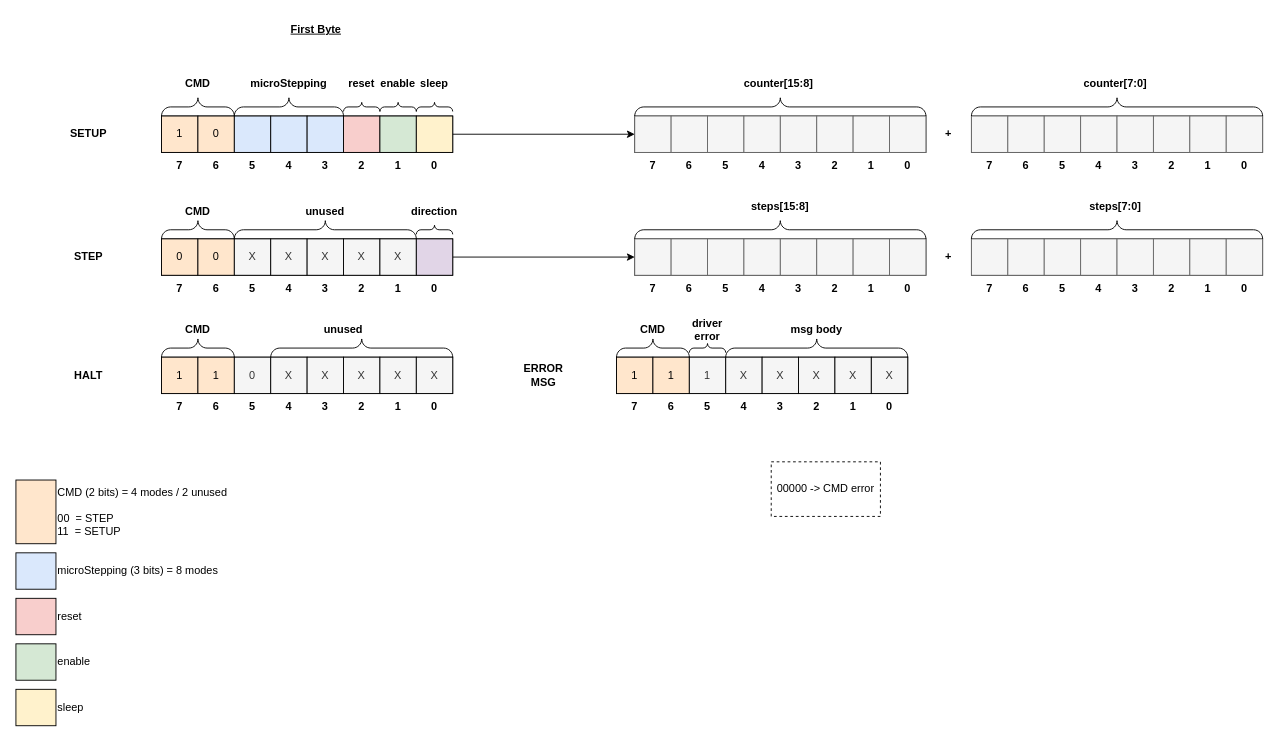
The draw.io diagram page "messages" (2 of 7) of design/block_diagram.drawio in Wauro21/SMC, before the edit. Source tidied: cells renumbered, new cells numbered last; positions are measured from the earlier drawing's top-left corner, leaving out a move shared by most shapes. Both pictures are drawn from the tidied source at 91%, with x=0, y=0 at pixel (15, 15).
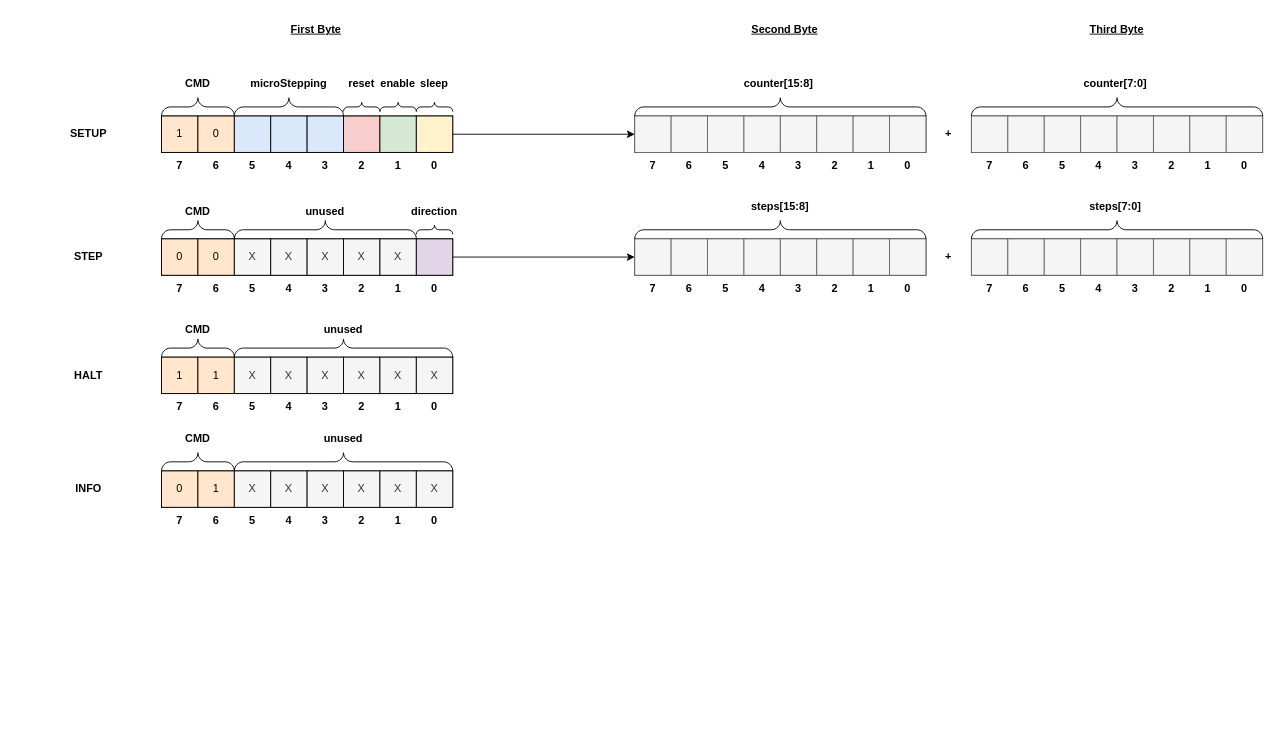
The same diagram, later.

What changed in the source:
```diff
@@
-    <mxCell id="19" style="group;" parent="1" vertex="1">
-      <mxGeometry y="510" width="234" height="70" as="geometry" />
-    </mxCell>
-    <mxCell id="20" value="CMD (2 bits) = 4 modes / 2 unused&lt;br&gt;&lt;br&gt;00&amp;nbsp; = STEP&lt;br&gt;11&amp;nbsp; = SETUP" style="text;html=1;strokeColor=none;fillColor=none;align=left;verticalAlign=top;whiteSpace=wrap;rounded=0;" parent="19" vertex="1">
-      <mxGeometry x="44" width="194" height="65" as="geometry" />
-    </mxCell>
-    <mxCell id="21" style="rounded=0;whiteSpace=wrap;html=1;strokeColor=#000000;fillColor=#ffe6cc;" parent="19" vertex="1">
-      <mxGeometry width="44" height="70" as="geometry" />
-    </mxCell>
@@
-    <mxCell id="26" style="group;verticalAlign=middle;" parent="1" vertex="1">
-      <mxGeometry y="590" width="234" height="40" as="geometry" />
-    </mxCell>
-    <mxCell id="27" value="microStepping (3 bits) = 8 modes" style="text;html=1;strokeColor=none;fillColor=none;align=left;verticalAlign=middle;whiteSpace=wrap;rounded=0;" parent="26" vertex="1">
-      <mxGeometry x="44" width="194" height="40" as="geometry" />
-    </mxCell>
-    <mxCell id="28" style="rounded=0;whiteSpace=wrap;html=1;strokeColor=#000000;fillColor=#dae8fc;" parent="26" vertex="1">
-      <mxGeometry width="44" height="40" as="geometry" />
-    </mxCell>
-    <mxCell id="29" style="group;verticalAlign=middle;" parent="1" vertex="1">
-      <mxGeometry y="640" width="234" height="40" as="geometry" />
-    </mxCell>
-    <mxCell id="30" value="reset" style="text;html=1;strokeColor=none;fillColor=none;align=left;verticalAlign=middle;whiteSpace=wrap;rounded=0;" parent="29" vertex="1">
-      <mxGeometry x="44" width="194" height="40" as="geometry" />
-    </mxCell>
-    <mxCell id="31" style="rounded=0;whiteSpace=wrap;html=1;strokeColor=#000000;fillColor=#f8cecc;" parent="29" vertex="1">
-      <mxGeometry width="44" height="40" as="geometry" />
-    </mxCell>
@@
-    <mxCell id="38" style="group;verticalAlign=middle;" parent="1" vertex="1">
-      <mxGeometry y="690" width="234" height="40" as="geometry" />
-    </mxCell>
-    <mxCell id="39" value="enable" style="text;html=1;strokeColor=none;fillColor=none;align=left;verticalAlign=middle;whiteSpace=wrap;rounded=0;" parent="38" vertex="1">
-      <mxGeometry x="44" width="194" height="40" as="geometry" />
-    </mxCell>
-    <mxCell id="40" style="rounded=0;whiteSpace=wrap;html=1;strokeColor=#000000;fillColor=#d5e8d4;" parent="38" vertex="1">
-      <mxGeometry width="44" height="40" as="geometry" />
-    </mxCell>
-    <mxCell id="41" style="group;verticalAlign=middle;" parent="1" vertex="1">
-      <mxGeometry y="740" width="234" height="40" as="geometry" />
-    </mxCell>
-    <mxCell id="42" value="sleep" style="text;html=1;strokeColor=none;fillColor=none;align=left;verticalAlign=middle;whiteSpace=wrap;rounded=0;" parent="41" vertex="1">
-      <mxGeometry x="44" width="194" height="40" as="geometry" />
-    </mxCell>
-    <mxCell id="43" style="rounded=0;whiteSpace=wrap;html=1;strokeColor=#000000;fillColor=#fff2cc;" parent="41" vertex="1">
-      <mxGeometry width="44" height="40" as="geometry" />
-    </mxCell>
@@
-    <mxCell id="161" value="0" style="whiteSpace=wrap;html=1;fillColor=#f5f5f5;fontColor=#333333;strokeColor=#000000;" parent="1" vertex="1">
+    <mxCell id="161" value="X" style="whiteSpace=wrap;html=1;fillColor=#f5f5f5;fontColor=#333333;strokeColor=#000000;" parent="1" vertex="1">
       <mxGeometry x="240" y="375" width="40" height="40" as="geometry" />
     </mxCell>
@@
     <mxCell id="169" style="labelPosition=right;align=left;strokeWidth=1;shape=mxgraph.mockup.markup.curlyBrace;html=1;shadow=0;dashed=0;strokeColor=#000000;direction=east;" parent="1" vertex="1">
-      <mxGeometry x="280" y="355" width="200" height="20" as="geometry" />
+      <mxGeometry x="240" y="355" width="240" height="20" as="geometry" />
     </mxCell>
@@
-    <mxCell id="172" style="rounded=0;whiteSpace=wrap;html=1;fontStyle=1;" parent="1" vertex="1">
-      <mxGeometry x="660" y="375" width="320" height="40" as="geometry" />
-    </mxCell>
+    <mxCell id="197" value="&lt;b&gt;&lt;u&gt;Second Byte&lt;/u&gt;&lt;/b&gt;" style="text;html=1;strokeColor=none;fillColor=none;align=center;verticalAlign=middle;whiteSpace=wrap;rounded=0;" parent="1" vertex="1">
+      <mxGeometry x="800" width="90" height="30" as="geometry" />
+    </mxCell>
+    <mxCell id="198" value="&lt;b&gt;&lt;u&gt;Third Byte&lt;/u&gt;&lt;/b&gt;" style="text;html=1;strokeColor=none;fillColor=none;align=center;verticalAlign=middle;whiteSpace=wrap;rounded=0;" parent="1" vertex="1">
+      <mxGeometry x="1170" width="80" height="30" as="geometry" />
+    </mxCell>
+    <mxCell id="199" style="rounded=0;whiteSpace=wrap;html=1;fontStyle=1;" parent="1" vertex="1">
+      <mxGeometry x="160" y="500" width="320" height="40" as="geometry" />
+    </mxCell>
     <mxCell id="173" value="0" style="text;html=1;strokeColor=none;fillColor=none;align=center;verticalAlign=middle;whiteSpace=wrap;rounded=0;fontStyle=1;" parent="1" vertex="1">
-      <mxGeometry x="940" y="415" width="40" height="30" as="geometry" />
+      <mxGeometry x="440" y="540" width="40" height="30" as="geometry" />
     </mxCell>
     <mxCell id="174" value="1" style="text;html=1;strokeColor=none;fillColor=none;align=center;verticalAlign=middle;whiteSpace=wrap;rounded=0;fontStyle=1;" parent="1" vertex="1">
-      <mxGeometry x="900" y="415" width="40" height="30" as="geometry" />
+      <mxGeometry x="400" y="540" width="40" height="30" as="geometry" />
     </mxCell>
     <mxCell id="175" value="2" style="text;html=1;strokeColor=none;fillColor=none;align=center;verticalAlign=middle;whiteSpace=wrap;rounded=0;fontStyle=1;" parent="1" vertex="1">
-      <mxGeometry x="860" y="415" width="40" height="30" as="geometry" />
+      <mxGeometry x="360" y="540" width="40" height="30" as="geometry" />
     </mxCell>
     <mxCell id="176" value="3" style="text;html=1;strokeColor=none;fillColor=none;align=center;verticalAlign=middle;whiteSpace=wrap;rounded=0;fontStyle=1;" parent="1" vertex="1">
-      <mxGeometry x="820" y="415" width="40" height="30" as="geometry" />
+      <mxGeometry x="320" y="540" width="40" height="30" as="geometry" />
     </mxCell>
     <mxCell id="177" value="4" style="text;html=1;strokeColor=none;fillColor=none;align=center;verticalAlign=middle;whiteSpace=wrap;rounded=0;fontStyle=1;" parent="1" vertex="1">
-      <mxGeometry x="780" y="415" width="40" height="30" as="geometry" />
+      <mxGeometry x="280" y="540" width="40" height="30" as="geometry" />
     </mxCell>
     <mxCell id="178" value="5" style="text;html=1;strokeColor=none;fillColor=none;align=center;verticalAlign=middle;whiteSpace=wrap;rounded=0;fontStyle=1;" parent="1" vertex="1">
-      <mxGeometry x="740" y="415" width="40" height="30" as="geometry" />
+      <mxGeometry x="240" y="540" width="40" height="30" as="geometry" />
     </mxCell>
     <mxCell id="179" value="6" style="text;html=1;strokeColor=none;fillColor=none;align=center;verticalAlign=middle;whiteSpace=wrap;rounded=0;fontStyle=1;" parent="1" vertex="1">
-      <mxGeometry x="700" y="415" width="40" height="30" as="geometry" />
+      <mxGeometry x="200" y="540" width="40" height="30" as="geometry" />
     </mxCell>
     <mxCell id="180" value="7" style="text;html=1;strokeColor=none;fillColor=none;align=center;verticalAlign=middle;whiteSpace=wrap;rounded=0;fontStyle=1;" parent="1" vertex="1">
-      <mxGeometry x="660" y="415" width="40" height="30" as="geometry" />
+      <mxGeometry x="160" y="540" width="40" height="30" as="geometry" />
     </mxCell>
-    <mxCell id="181" value="1" style="whiteSpace=wrap;html=1;fillColor=#ffe6cc;strokeColor=#000000;" parent="1" vertex="1">
-      <mxGeometry x="660" y="375" width="40" height="40" as="geometry" />
-    </mxCell>
-    <mxCell id="182" value="1" style="whiteSpace=wrap;html=1;fillColor=#ffe6cc;strokeColor=#000000;" parent="1" vertex="1">
-      <mxGeometry x="700" y="375" width="40" height="40" as="geometry" />
-    </mxCell>
-    <mxCell id="183" value="1" style="whiteSpace=wrap;html=1;fillColor=#f5f5f5;fontColor=#333333;strokeColor=#000000;" parent="1" vertex="1">
-      <mxGeometry x="740" y="375" width="40" height="40" as="geometry" />
-    </mxCell>
-    <mxCell id="184" value="X" style="whiteSpace=wrap;html=1;fillColor=#f5f5f5;fontColor=#333333;strokeColor=#000000;" parent="1" vertex="1">
-      <mxGeometry x="780" y="375" width="40" height="40" as="geometry" />
-    </mxCell>
-    <mxCell id="185" value="X" style="whiteSpace=wrap;html=1;fillColor=#f5f5f5;fontColor=#333333;strokeColor=#000000;" parent="1" vertex="1">
-      <mxGeometry x="820" y="375" width="40" height="40" as="geometry" />
-    </mxCell>
-    <mxCell id="186" value="X" style="whiteSpace=wrap;html=1;fillColor=#f5f5f5;fontColor=#333333;strokeColor=#000000;" parent="1" vertex="1">
-      <mxGeometry x="860" y="375" width="40" height="40" as="geometry" />
-    </mxCell>
-    <mxCell id="187" value="X" style="whiteSpace=wrap;html=1;fillColor=#f5f5f5;fontColor=#333333;strokeColor=#000000;" parent="1" vertex="1">
-      <mxGeometry x="900" y="375" width="40" height="40" as="geometry" />
-    </mxCell>
+    <mxCell id="200" value="0" style="whiteSpace=wrap;html=1;fillColor=#ffe6cc;strokeColor=#000000;" parent="1" vertex="1">
+      <mxGeometry x="160" y="500" width="40" height="40" as="geometry" />
+    </mxCell>
+    <mxCell id="201" value="1" style="whiteSpace=wrap;html=1;fillColor=#ffe6cc;strokeColor=#000000;" parent="1" vertex="1">
+      <mxGeometry x="200" y="500" width="40" height="40" as="geometry" />
+    </mxCell>
+    <mxCell id="202" value="X" style="whiteSpace=wrap;html=1;fillColor=#f5f5f5;fontColor=#333333;strokeColor=#000000;" parent="1" vertex="1">
+      <mxGeometry x="240" y="500" width="40" height="40" as="geometry" />
+    </mxCell>
+    <mxCell id="203" value="X" style="whiteSpace=wrap;html=1;fillColor=#f5f5f5;fontColor=#333333;strokeColor=#000000;" parent="1" vertex="1">
+      <mxGeometry x="280" y="500" width="40" height="40" as="geometry" />
+    </mxCell>
+    <mxCell id="204" value="X" style="whiteSpace=wrap;html=1;fillColor=#f5f5f5;fontColor=#333333;strokeColor=#000000;" parent="1" vertex="1">
+      <mxGeometry x="320" y="500" width="40" height="40" as="geometry" />
+    </mxCell>
+    <mxCell id="205" value="X" style="whiteSpace=wrap;html=1;fillColor=#f5f5f5;fontColor=#333333;strokeColor=#000000;" parent="1" vertex="1">
+      <mxGeometry x="360" y="500" width="40" height="40" as="geometry" />
+    </mxCell>
+    <mxCell id="206" value="X" style="whiteSpace=wrap;html=1;fillColor=#f5f5f5;fontColor=#333333;strokeColor=#000000;" parent="1" vertex="1">
+      <mxGeometry x="400" y="500" width="40" height="40" as="geometry" />
+    </mxCell>
     <mxCell id="188" value="X" style="whiteSpace=wrap;html=1;fillColor=#f5f5f5;strokeColor=#000000;fontColor=#333333;" parent="1" vertex="1">
-      <mxGeometry x="940" y="375" width="40" height="40" as="geometry" />
+      <mxGeometry x="440" y="500" width="40" height="40" as="geometry" />
     </mxCell>
-    <mxCell id="189" style="labelPosition=right;align=left;strokeWidth=1;shape=mxgraph.mockup.markup.curlyBrace;html=1;shadow=0;dashed=0;strokeColor=#000000;direction=east;" parent="1" vertex="1">
-      <mxGeometry x="660" y="355" width="80" height="20" as="geometry" />
-    </mxCell>
+    <mxCell id="207" style="labelPosition=right;align=left;strokeWidth=1;shape=mxgraph.mockup.markup.curlyBrace;html=1;shadow=0;dashed=0;strokeColor=#000000;direction=east;" parent="1" vertex="1">
+      <mxGeometry x="160" y="480" width="80" height="20" as="geometry" />
+    </mxCell>
+    <mxCell id="208" style="labelPosition=right;align=left;strokeWidth=1;shape=mxgraph.mockup.markup.curlyBrace;html=1;shadow=0;dashed=0;strokeColor=#000000;direction=east;" parent="1" vertex="1">
+      <mxGeometry x="240" y="480" width="240" height="20" as="geometry" />
+    </mxCell>
+    <mxCell id="209" value="&lt;b&gt;INFO&lt;/b&gt;" style="text;html=1;strokeColor=none;fillColor=none;align=center;verticalAlign=middle;whiteSpace=wrap;rounded=0;" parent="1" vertex="1">
+      <mxGeometry x="50" y="505" width="60" height="30" as="geometry" />
+    </mxCell>
     <mxCell id="190" value="&lt;b&gt;CMD&lt;/b&gt;" style="text;html=1;strokeColor=none;fillColor=none;align=center;verticalAlign=middle;whiteSpace=wrap;rounded=0;" parent="1" vertex="1">
-      <mxGeometry x="670" y="330" width="60" height="30" as="geometry" />
+      <mxGeometry x="170" y="450" width="60" height="30" as="geometry" />
     </mxCell>
-    <mxCell id="191" style="labelPosition=right;align=left;strokeWidth=1;shape=mxgraph.mockup.markup.curlyBrace;html=1;shadow=0;dashed=0;strokeColor=#000000;direction=east;" parent="1" vertex="1">
-      <mxGeometry x="780" y="355" width="200" height="20" as="geometry" />
-    </mxCell>
-    <mxCell id="192" value="&lt;b&gt;msg body&lt;/b&gt;" style="text;html=1;strokeColor=none;fillColor=none;align=center;verticalAlign=middle;whiteSpace=wrap;rounded=0;" parent="1" vertex="1">
-      <mxGeometry x="850" y="330" width="60" height="30" as="geometry" />
-    </mxCell>
-    <mxCell id="193" value="&lt;b&gt;ERROR MSG&lt;/b&gt;" style="text;html=1;strokeColor=none;fillColor=none;align=center;verticalAlign=middle;whiteSpace=wrap;rounded=0;" parent="1" vertex="1">
-      <mxGeometry x="550" y="380" width="60" height="30" as="geometry" />
-    </mxCell>
-    <mxCell id="194" style="labelPosition=right;align=left;strokeWidth=1;shape=mxgraph.mockup.markup.curlyBrace;html=1;shadow=0;dashed=0;strokeColor=#000000;direction=east;" parent="1" vertex="1">
-      <mxGeometry x="740" y="355" width="40" height="20" as="geometry" />
-    </mxCell>
-    <mxCell id="195" value="&lt;b&gt;driver error&lt;/b&gt;" style="text;html=1;strokeColor=none;fillColor=none;align=center;verticalAlign=middle;whiteSpace=wrap;rounded=0;" parent="1" vertex="1">
-      <mxGeometry x="730" y="330" width="60" height="30" as="geometry" />
-    </mxCell>
-    <mxCell id="196" value="00000 -&amp;gt; CMD error" style="rounded=0;whiteSpace=wrap;html=1;dashed=1;" parent="1" vertex="1">
-      <mxGeometry x="830" y="490" width="120" height="60" as="geometry" />
-    </mxCell>
+    <mxCell id="210" value="&lt;b&gt;unused&lt;/b&gt;" style="text;html=1;strokeColor=none;fillColor=none;align=center;verticalAlign=middle;whiteSpace=wrap;rounded=0;" parent="1" vertex="1">
+      <mxGeometry x="330" y="450" width="60" height="30" as="geometry" />
+    </mxCell>
```
